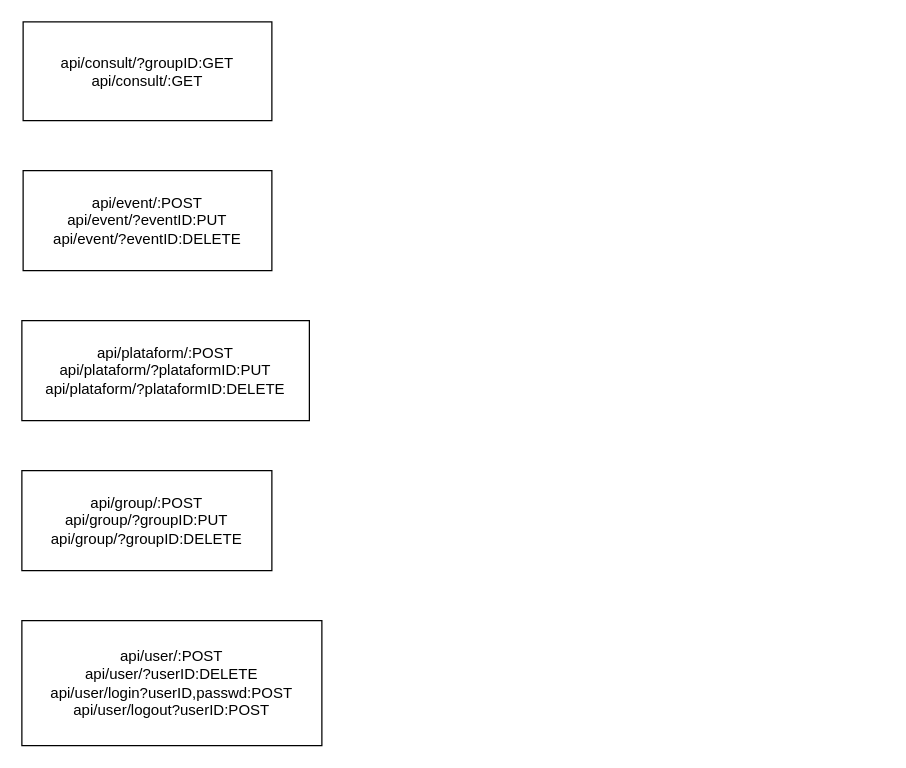
This is page "API" (5 of 6) of drawings/esquemasBasicos.drawio from rjnogales/crm.mio, a draw.io file, before an edit. Source tidied: cells renumbered, new cells numbered last; positions are measured from the earlier drawing's top-left corner, leaving out a move shared by most shapes. Both pictures are drawn from the tidied source at 125%, with x=0, y=0 at pixel (21, 21).
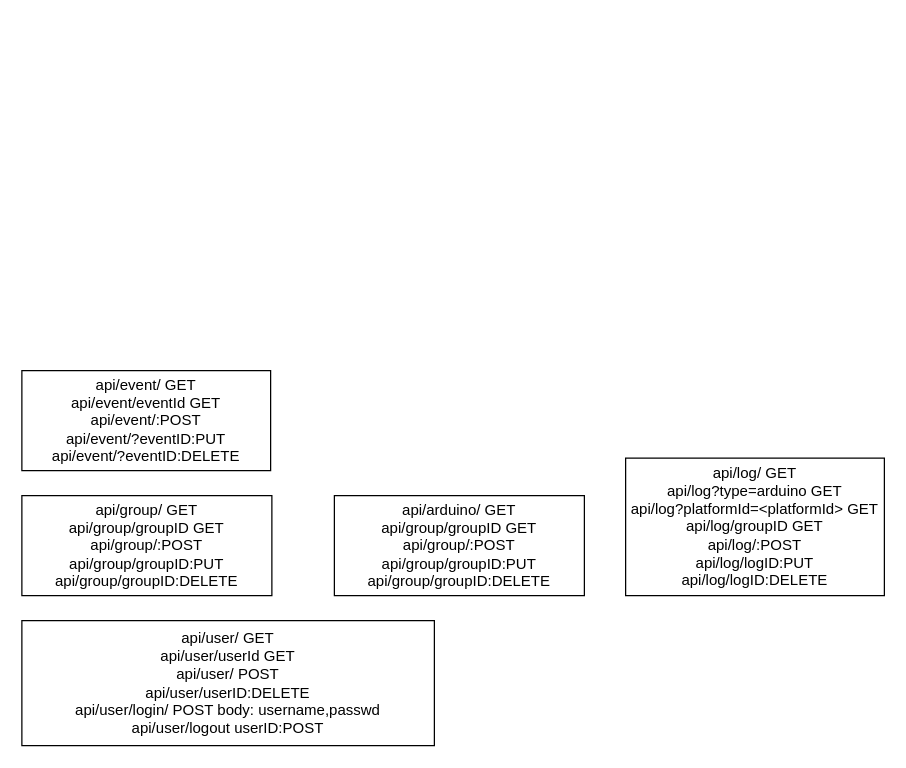
After the change.

What changed in the source:
```diff
@@
 <mxGraphModel>
   <root>
     <mxCell id="0" />
     <mxCell id="1" parent="0" />
-    <mxCell id="2" value="api/consult/?groupID:GET&lt;br&gt;api/consult/:GET" style="rounded=0;whiteSpace=wrap;html=1;" parent="1" vertex="1">
-      <mxGeometry x="1" width="199" height="79" as="geometry" />
-    </mxCell>
-    <mxCell id="3" value="api/plataform/:POST&lt;br&gt;api/plataform/?plataformID:PUT&lt;br&gt;api/plataform/?plataformID:DELETE" style="rounded=0;whiteSpace=wrap;html=1;" parent="1" vertex="1">
-      <mxGeometry y="239" width="230" height="80" as="geometry" />
-    </mxCell>
-    <mxCell id="4" value="api/event/:POST&lt;br&gt;api/event/?eventID:PUT&lt;br&gt;api/event/?eventID:DELETE" style="rounded=0;whiteSpace=wrap;html=1;" parent="1" vertex="1">
-      <mxGeometry x="1" y="119" width="199" height="80" as="geometry" />
+    <mxCell id="4" value="api/event/ GET&lt;br&gt;api/event/eventId GET&lt;br&gt;api/event/:POST&lt;br&gt;api/event/?eventID:PUT&lt;br&gt;api/event/?eventID:DELETE" style="rounded=0;whiteSpace=wrap;html=1;" parent="1" vertex="1">
+      <mxGeometry y="279" width="199" height="80" as="geometry" />
     </mxCell>
-    <mxCell id="5" value="api/group/:POST&lt;br&gt;api/group/?groupID:PUT&lt;br&gt;api/group/?groupID:DELETE" style="rounded=0;whiteSpace=wrap;html=1;" parent="1" vertex="1">
-      <mxGeometry y="359" width="200" height="80" as="geometry" />
+    <mxCell id="5" value="api/group/ GET&lt;br&gt;api/group/groupID GET&lt;br&gt;api/group/:POST&lt;br&gt;api/group/groupID:PUT&lt;br&gt;api/group/groupID:DELETE" style="rounded=0;whiteSpace=wrap;html=1;" parent="1" vertex="1">
+      <mxGeometry y="379" width="200" height="80" as="geometry" />
     </mxCell>
-    <mxCell id="6" value="api/user/:POST&lt;br&gt;api/user/?userID:DELETE&lt;br&gt;api/user/login?userID,passwd:POST&lt;br&gt;api/user/logout?userID:POST" style="rounded=0;whiteSpace=wrap;html=1;" parent="1" vertex="1">
-      <mxGeometry y="479" width="240" height="100" as="geometry" />
+    <mxCell id="6" value="api/user/ GET&lt;br&gt;api/user/userId GET&lt;br&gt;api/user/ POST&lt;br&gt;api/user/userID:DELETE&lt;br&gt;api/user/login/ POST body:&amp;nbsp;username,passwd&lt;br&gt;api/user/logout userID:POST" style="rounded=0;whiteSpace=wrap;html=1;" parent="1" vertex="1">
+      <mxGeometry y="479" width="330" height="100" as="geometry" />
     </mxCell>
+    <mxCell id="7" value="api/arduino/ GET&lt;br&gt;api/group/groupID GET&lt;br&gt;api/group/:POST&lt;br&gt;api/group/groupID:PUT&lt;br&gt;api/group/groupID:DELETE" style="rounded=0;whiteSpace=wrap;html=1;" parent="1" vertex="1">
+      <mxGeometry x="250" y="379" width="200" height="80" as="geometry" />
+    </mxCell>
+    <mxCell id="8" value="api/log/ GET&lt;br&gt;api/log?type=arduino GET&lt;br&gt;api/log?platformId=&amp;lt;platformId&amp;gt; GET&lt;br&gt;api/log/groupID GET&lt;br&gt;api/log/:POST&lt;br&gt;api/log/logID:PUT&lt;br&gt;api/log/logID:DELETE" style="rounded=0;whiteSpace=wrap;html=1;" parent="1" vertex="1">
+      <mxGeometry x="483" y="349" width="207" height="110" as="geometry" />
+    </mxCell>
   </root>
 </mxGraphModel>
```
